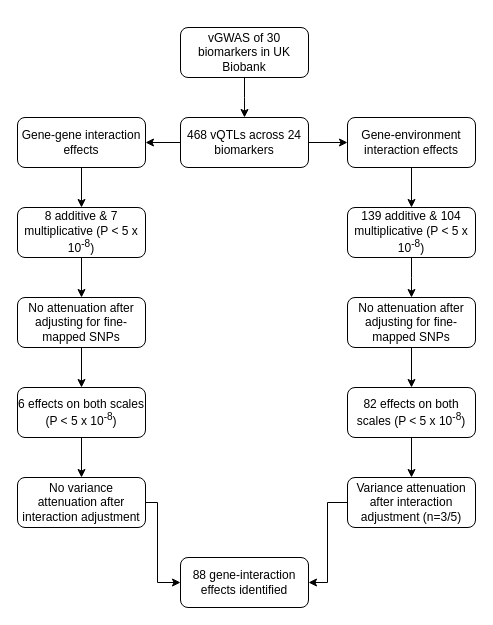
The draw.io diagram flow.drawio in MRCIEU/varGWAS-ukbb-biomarkers, before the edit. Source tidied: cells renumbered, new cells numbered last; positions are measured from the earlier drawing's top-left corner, leaving out a move shared by most shapes. Both pictures are drawn from the tidied source at 100%, with x=0, y=0 at pixel (17, 27).
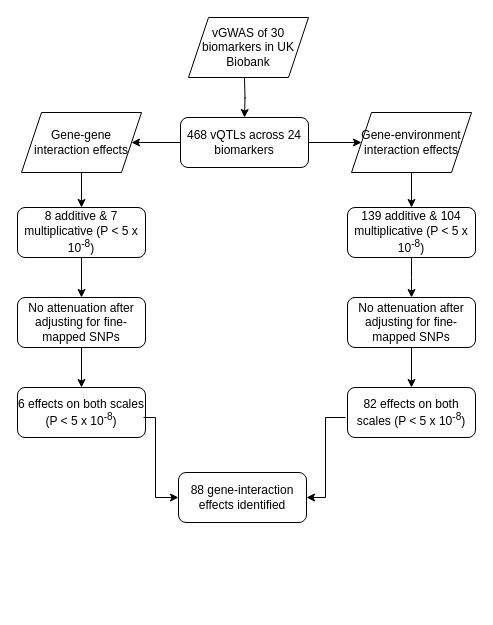
Above is the later version.

Unchanged cells that the change refers to:
```xml
<mxCell id="6" value="468 vQTLs across 24 biomarkers" style="rounded=1;whiteSpace=wrap;html=1;fontSize=12;glass=0;strokeWidth=1;shadow=0;" parent="1" vertex="1">
  <mxGeometry x="163" y="90" width="128" height="50" as="geometry" />
</mxCell>
<mxCell id="10" value="139 additive &amp;amp; 104 multiplicative (P &amp;lt; 5 x 10&lt;sup&gt;-8&lt;/sup&gt;)" style="rounded=1;whiteSpace=wrap;html=1;fontSize=12;glass=0;strokeWidth=1;shadow=0;" parent="1" vertex="1">
  <mxGeometry x="330" y="180" width="128" height="50" as="geometry" />
</mxCell>
<mxCell id="14" value="82 effects on both scales (P &amp;lt; 5 x 10&lt;sup&gt;-8&lt;/sup&gt;)" style="rounded=1;whiteSpace=wrap;html=1;fontSize=12;glass=0;strokeWidth=1;shadow=0;" parent="1" vertex="1">
  <mxGeometry x="330" y="360" width="128" height="50" as="geometry" />
</mxCell>
<mxCell id="20" value="8 additive &amp;amp; 7 multiplicative (P &amp;lt; 5 x 10&lt;sup&gt;-8&lt;/sup&gt;)" style="rounded=1;whiteSpace=wrap;html=1;fontSize=12;glass=0;strokeWidth=1;shadow=0;" parent="1" vertex="1">
  <mxGeometry y="180" width="128" height="50" as="geometry" />
</mxCell>
<mxCell id="24" value="6 effects on both scales (P &amp;lt; 5 x 10&lt;sup&gt;-8&lt;/sup&gt;)" style="rounded=1;whiteSpace=wrap;html=1;fontSize=12;glass=0;strokeWidth=1;shadow=0;" parent="1" vertex="1">
  <mxGeometry y="360" width="128" height="50" as="geometry" />
</mxCell>
```

Diff of the diagram source:
```diff
@@
-    <mxCell id="2" style="edgeStyle=orthogonalEdgeStyle;rounded=0;jettySize=auto;html=1;" parent="1" edge="1" source="3">
+    <mxCell id="2" style="edgeStyle=orthogonalEdgeStyle;rounded=0;orthogonalLoop=1;jettySize=auto;html=1;" parent="1" edge="1">
       <mxGeometry relative="1" as="geometry">
+        <mxPoint x="227" y="50" as="sourcePoint" />
         <mxPoint x="227" y="90" as="targetPoint" />
       </mxGeometry>
     </mxCell>
-    <mxCell id="3" value="vGWAS of 30 biomarkers in UK Biobank" style="rounded=1;whiteSpace=wrap;html=1;fontSize=12;glass=0;strokeWidth=1;shadow=0;" parent="1" vertex="1">
-      <mxGeometry x="163" width="128" height="50" as="geometry" />
-    </mxCell>
-    <mxCell id="4" style="edgeStyle=orthogonalEdgeStyle;rounded=0;jettySize=auto;html=1;exitX=1;exitY=0.5;exitDx=0;exitDy=0;" parent="1" edge="1" source="6" target="8">
+    <mxCell id="4" style="edgeStyle=orthogonalEdgeStyle;rounded=0;jettySize=auto;html=1;exitX=1;exitY=0.5;exitDx=0;exitDy=0;entryX=0;entryY=0.5;entryDx=0;entryDy=0;" parent="1" edge="1" source="6" target="8">
       <mxGeometry relative="1" as="geometry" />
     </mxCell>
-    <mxCell id="5" style="edgeStyle=orthogonalEdgeStyle;rounded=0;jettySize=auto;html=1;" parent="1" edge="1" source="6" target="12">
+    <mxCell id="5" style="edgeStyle=orthogonalEdgeStyle;rounded=0;jettySize=auto;html=1;entryX=1;entryY=0.5;entryDx=0;entryDy=0;" parent="1" edge="1" source="6" target="12">
       <mxGeometry relative="1" as="geometry" />
     </mxCell>
@@
-    <mxCell id="7" style="edgeStyle=orthogonalEdgeStyle;rounded=0;jettySize=auto;html=1;" parent="1" edge="1" source="8" target="10">
+    <mxCell id="7" style="edgeStyle=orthogonalEdgeStyle;rounded=0;jettySize=auto;html=1;exitX=0.5;exitY=1;exitDx=0;exitDy=0;" parent="1" edge="1" source="8" target="10">
       <mxGeometry relative="1" as="geometry" />
     </mxCell>
-    <mxCell id="8" value="Gene-environment interaction effects" style="rounded=1;whiteSpace=wrap;html=1;fontSize=12;glass=0;strokeWidth=1;shadow=0;" parent="1" vertex="1">
-      <mxGeometry x="330" y="90" width="128" height="50" as="geometry" />
-    </mxCell>
@@
-    <mxCell id="11" style="edgeStyle=orthogonalEdgeStyle;rounded=0;jettySize=auto;html=1;" parent="1" edge="1" source="12" target="20">
+    <mxCell id="11" style="edgeStyle=orthogonalEdgeStyle;rounded=0;jettySize=auto;html=1;exitX=0.5;exitY=1;exitDx=0;exitDy=0;" parent="1" edge="1" source="12" target="20">
       <mxGeometry relative="1" as="geometry" />
     </mxCell>
-    <mxCell id="12" value="Gene-gene interaction effects" style="rounded=1;whiteSpace=wrap;html=1;fontSize=12;glass=0;strokeWidth=1;shadow=0;" parent="1" vertex="1">
-      <mxGeometry y="90" width="128" height="50" as="geometry" />
-    </mxCell>
-    <mxCell id="13" style="edgeStyle=orthogonalEdgeStyle;rounded=0;jettySize=auto;html=1;" parent="1" edge="1" source="14" target="16">
-      <mxGeometry relative="1" as="geometry" />
-    </mxCell>
@@
-    <mxCell id="15" style="edgeStyle=orthogonalEdgeStyle;rounded=0;jettySize=auto;html=1;entryX=1;entryY=0.5;entryDx=0;entryDy=0;" parent="1" edge="1" source="16" target="27">
+    <mxCell id="15" style="edgeStyle=orthogonalEdgeStyle;rounded=0;jettySize=auto;html=1;entryX=1;entryY=0.5;entryDx=0;entryDy=0;" parent="1" edge="1" target="27">
       <mxGeometry relative="1" as="geometry">
+        <mxPoint x="328" y="390" as="sourcePoint" />
         <Array as="points">
-          <mxPoint x="310" y="475" />
-          <mxPoint x="310" y="555" />
+          <mxPoint x="308" y="390" />
+          <mxPoint x="308" y="470" />
         </Array>
       </mxGeometry>
     </mxCell>
-    <mxCell id="16" value="Variance attenuation after interaction adjustment (n=3/5)" style="rounded=1;whiteSpace=wrap;html=1;fontSize=12;glass=0;strokeWidth=1;shadow=0;" parent="1" vertex="1">
-      <mxGeometry x="330" y="450" width="128" height="50" as="geometry" />
-    </mxCell>
@@
-    <mxCell id="23" style="edgeStyle=orthogonalEdgeStyle;rounded=0;jettySize=auto;html=1;" parent="1" edge="1" source="24" target="26">
-      <mxGeometry relative="1" as="geometry" />
-    </mxCell>
@@
-    <mxCell id="25" style="edgeStyle=orthogonalEdgeStyle;rounded=0;jettySize=auto;html=1;entryX=0;entryY=0.5;entryDx=0;entryDy=0;" parent="1" edge="1" source="26" target="27">
+    <mxCell id="25" style="edgeStyle=orthogonalEdgeStyle;rounded=0;jettySize=auto;html=1;entryX=0;entryY=0.5;entryDx=0;entryDy=0;" parent="1" edge="1" target="27">
       <mxGeometry relative="1" as="geometry">
+        <mxPoint x="126" y="390" as="sourcePoint" />
         <Array as="points">
-          <mxPoint x="140" y="475" />
-          <mxPoint x="140" y="555" />
+          <mxPoint x="138" y="390" />
+          <mxPoint x="138" y="470" />
         </Array>
       </mxGeometry>
     </mxCell>
-    <mxCell id="26" value="No variance attenuation after interaction adjustment" style="rounded=1;whiteSpace=wrap;html=1;fontSize=12;glass=0;strokeWidth=1;shadow=0;" parent="1" vertex="1">
-      <mxGeometry y="450" width="128" height="50" as="geometry" />
-    </mxCell>
     <mxCell id="27" value="88 gene-interaction effects identified" style="rounded=1;whiteSpace=wrap;html=1;fontSize=12;glass=0;strokeWidth=1;shadow=0;" parent="1" vertex="1">
-      <mxGeometry x="163" y="530" width="128" height="50" as="geometry" />
+      <mxGeometry x="161" y="445" width="128" height="50" as="geometry" />
     </mxCell>
+    <mxCell id="3" value="&lt;span&gt;vGWAS of 30 biomarkers in UK Biobank&lt;/span&gt;" style="shape=parallelogram;perimeter=parallelogramPerimeter;whiteSpace=wrap;html=1;fixedSize=1;" parent="1" vertex="1">
+      <mxGeometry x="171" y="-10" width="120" height="60" as="geometry" />
+    </mxCell>
+    <mxCell id="12" value="&lt;span&gt;Gene-gene interaction effects&lt;/span&gt;" style="shape=parallelogram;perimeter=parallelogramPerimeter;whiteSpace=wrap;html=1;fixedSize=1;" parent="1" vertex="1">
+      <mxGeometry x="4" y="85" width="120" height="60" as="geometry" />
+    </mxCell>
+    <mxCell id="8" value="&lt;span&gt;Gene-environment interaction effects&lt;/span&gt;" style="shape=parallelogram;perimeter=parallelogramPerimeter;whiteSpace=wrap;html=1;fixedSize=1;" parent="1" vertex="1">
+      <mxGeometry x="334" y="85" width="120" height="60" as="geometry" />
+    </mxCell>
```
